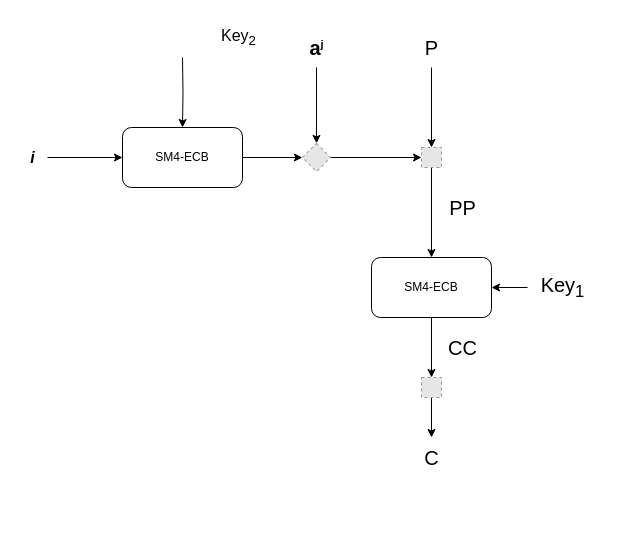
The draw.io diagram sm4-xts.drawio in easycody/draw.io, before the edit. Source tidied: cells renumbered, new cells numbered last; positions are measured from the earlier drawing's top-left corner, leaving out a move shared by most shapes. Both pictures are drawn from the tidied source at 100%, with x=0, y=0 at pixel (17, 17). Pictures stored in the file or linked from it are replaced by grey dashed boxes.
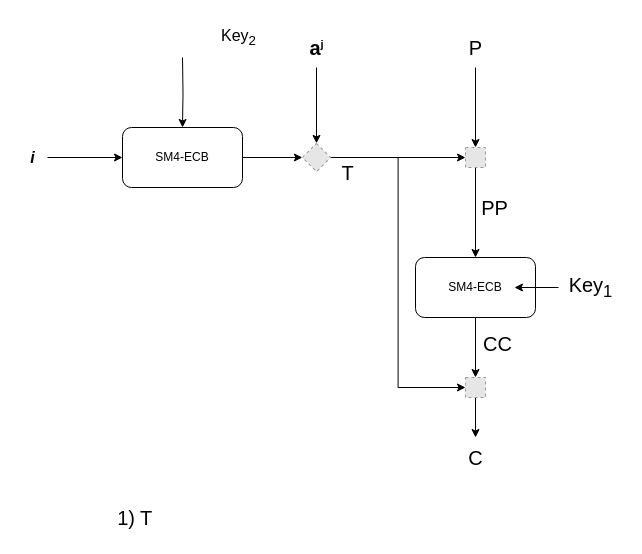
The same page after the edit.

Unchanged cells that the change refers to:
```xml
<mxCell id="9" style="fillColor=#E6E6E6;strokeColor=#999999;dashed=1;html=1;verticalAlign=top;verticalLabelPosition=bottom;labelBackgroundColor=#ffffff;fontSize=16;rotation=45;" parent="1" vertex="1">
  <mxGeometry x="289" y="130" width="20" height="20" as="geometry" />
</mxCell>
```

What changed in the source:
```diff
@@
+    <mxCell id="25" style="edgeStyle=orthogonalEdgeStyle;rounded=0;jettySize=auto;html=1;entryX=0;entryY=0.5;entryDx=0;entryDy=0;fontSize=20;elbow=vertical;" parent="1" edge="1" source="9" target="22">
+      <mxGeometry relative="1" as="geometry" />
+    </mxCell>
@@
     <mxCell id="13" style="fillColor=#E6E6E6;strokeColor=#999999;dashed=1;html=1;verticalAlign=top;verticalLabelPosition=bottom;labelBackgroundColor=#ffffff;fontSize=20;" parent="1" vertex="1">
-      <mxGeometry x="404" y="130" width="20" height="20" as="geometry" />
+      <mxGeometry x="448" y="130" width="20" height="20" as="geometry" />
     </mxCell>
@@
     <mxCell id="15" value="P" style="text;html=1;align=center;verticalAlign=middle;points=[];strokeColor=none;fillColor=none;fontSize=20;" parent="1" vertex="1">
-      <mxGeometry x="394" y="10" width="40" height="40" as="geometry" />
+      <mxGeometry x="438" y="10" width="40" height="40" as="geometry" />
     </mxCell>
-    <mxCell id="16" style="edgeStyle=orthogonalEdgeStyle;rounded=0;jettySize=auto;html=1;fontSize=20;" parent="1" edge="1" source="17" target="22">
+    <mxCell id="16" style="edgeStyle=orthogonalEdgeStyle;rounded=0;jettySize=auto;html=1;fontSize=20;elbow=vertical;" parent="1" edge="1" source="17" target="22">
       <mxGeometry relative="1" as="geometry" />
     </mxCell>
     <mxCell id="17" value="SM4-ECB" style="rounded=1;whiteSpace=wrap;html=1;" parent="1" vertex="1">
-      <mxGeometry x="354" y="240" width="120" height="60" as="geometry" />
+      <mxGeometry x="398" y="240" width="120" height="60" as="geometry" />
     </mxCell>
     <mxCell id="18" value="PP" style="text;html=1;align=center;verticalAlign=middle;strokeColor=none;fillColor=none;fontSize=20;" parent="1" vertex="1">
-      <mxGeometry x="420" y="170" width="50" height="40" as="geometry" />
+      <mxGeometry x="452" y="170" width="50" height="40" as="geometry" />
     </mxCell>
-    <mxCell id="19" style="edgeStyle=orthogonalEdgeStyle;rounded=0;jettySize=auto;html=1;fontSize=20;" parent="1" edge="1" source="20" target="17">
-      <mxGeometry relative="1" as="geometry" />
+    <mxCell id="19" style="edgeStyle=orthogonalEdgeStyle;rounded=0;orthogonalLoop=1;jettySize=auto;html=1;fontSize=20;" parent="1" edge="1">
+      <mxGeometry relative="1" as="geometry">
+        <mxPoint x="541" y="270" as="sourcePoint" />
+        <mxPoint x="497" y="270" as="targetPoint" />
+      </mxGeometry>
     </mxCell>
     <mxCell id="20" value="Key&lt;sub&gt;1&lt;/sub&gt;" style="text;html=1;align=center;verticalAlign=middle;points=[];strokeColor=none;fillColor=none;fontSize=20;" parent="1" vertex="1">
-      <mxGeometry x="510" y="250" width="70" height="40" as="geometry" />
+      <mxGeometry x="538" y="250" width="70" height="40" as="geometry" />
     </mxCell>
-    <mxCell id="21" style="edgeStyle=orthogonalEdgeStyle;rounded=0;jettySize=auto;html=1;fontSize=20;" parent="1" edge="1" source="22" target="24">
+    <mxCell id="21" style="edgeStyle=orthogonalEdgeStyle;rounded=0;jettySize=auto;html=1;fontSize=20;elbow=vertical;" parent="1" edge="1" source="22" target="24">
       <mxGeometry relative="1" as="geometry" />
     </mxCell>
     <mxCell id="22" style="fillColor=#E6E6E6;strokeColor=#999999;dashed=1;html=1;verticalAlign=top;verticalLabelPosition=bottom;labelBackgroundColor=#ffffff;fontSize=20;" parent="1" vertex="1">
-      <mxGeometry x="404" y="360" width="20" height="20" as="geometry" />
+      <mxGeometry x="448" y="360" width="20" height="20" as="geometry" />
     </mxCell>
+    <mxCell id="24" value="C" style="text;html=1;align=center;verticalAlign=middle;points=[];strokeColor=none;fillColor=none;fontSize=20;" parent="1" vertex="1">
+      <mxGeometry x="438" y="420" width="40" height="40" as="geometry" />
+    </mxCell>
+    <mxCell id="26" value="1) T&amp;nbsp;" style="text;html=1;align=center;verticalAlign=middle;strokeColor=none;fillColor=none;fontSize=20;" parent="1" vertex="1">
+      <mxGeometry x="90" y="480" width="60" height="40" as="geometry" />
+    </mxCell>
+    <mxCell id="27" value="T" style="text;html=1;align=center;verticalAlign=middle;strokeColor=none;fillColor=none;fontSize=20;" parent="1" vertex="1">
+      <mxGeometry x="310" y="135" width="40" height="40" as="geometry" />
+    </mxCell>
     <mxCell id="23" value="CC" style="text;html=1;align=center;verticalAlign=middle;strokeColor=none;fillColor=none;fontSize=20;" parent="1" vertex="1">
-      <mxGeometry x="420" y="310" width="50" height="40" as="geometry" />
+      <mxGeometry x="455" y="306" width="50" height="40" as="geometry" />
     </mxCell>
-    <mxCell id="24" value="C" style="text;html=1;align=center;verticalAlign=middle;points=[];strokeColor=none;fillColor=none;fontSize=20;" parent="1" vertex="1">
-      <mxGeometry x="394" y="420" width="40" height="40" as="geometry" />
-    </mxCell>
```
